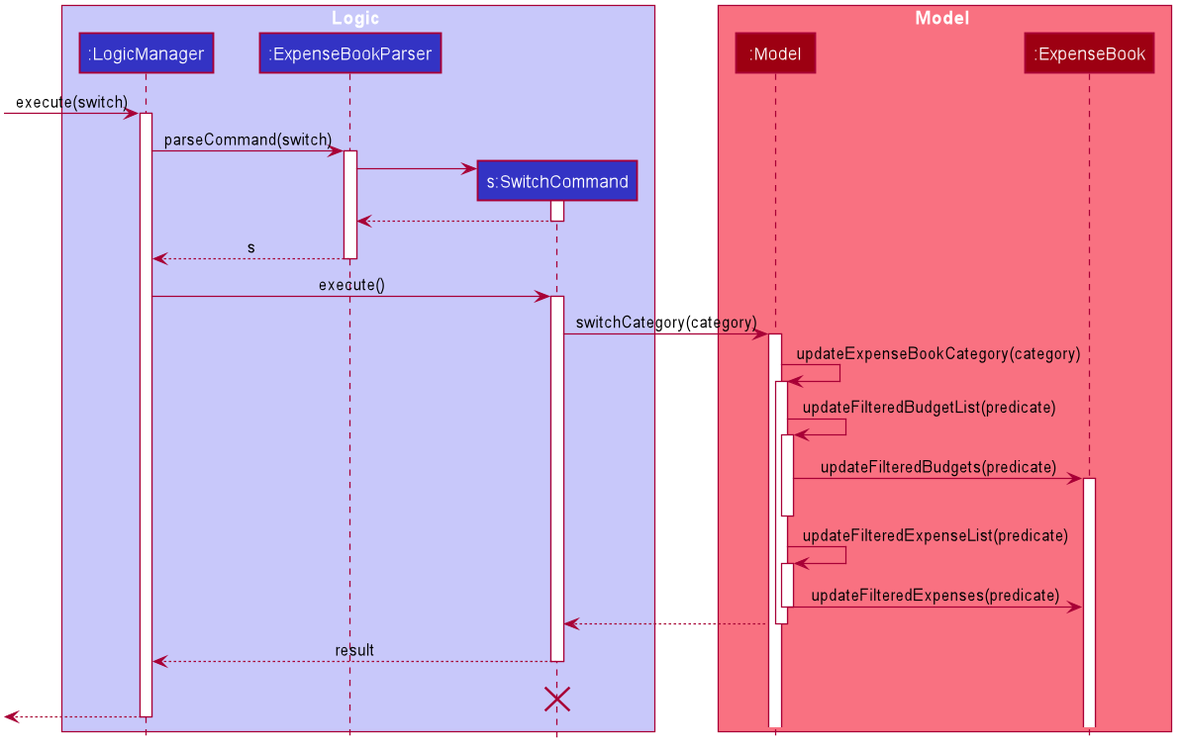
nus-cs2103-AY2021S1/tp keeps this PlantUML diagram as docs/images/SwitchSequenceDiagram.png. Above is the earlier version.
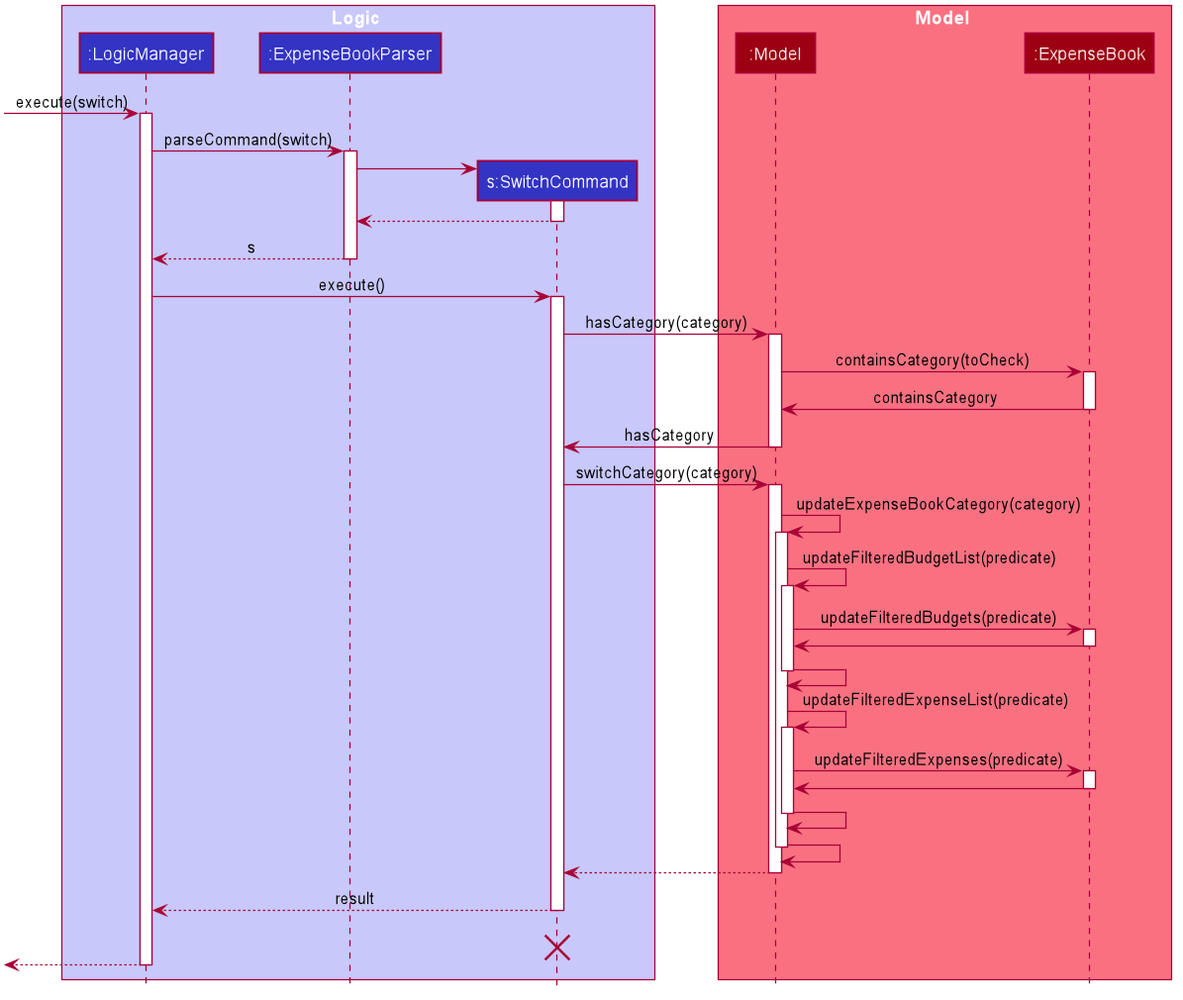
Later version of the same file.

Diff of the diagram source:
```diff
@@ -77,6 +77,18 @@
 LogicManager -> SwitchCommand : execute()
 activate SwitchCommand
 
+SwitchCommand -> Model : hasCategory(category)
+activate Model
+
+Model -> ExpenseBook : containsCategory(toCheck)
+activate ExpenseBook
+
+ExpenseBook -> Model : containsCategory
+deactivate ExpenseBook
+
+Model -> SwitchCommand : hasCategory
+deactivate Model
+
 SwitchCommand -> Model : switchCategory(category)
 activate Model
 
@@ -88,12 +100,26 @@
 
 Model -> ExpenseBook : updateFilteredBudgets(predicate)
 activate ExpenseBook
+
+ExpenseBook -> Model
+deactivate ExpenseBook
+
+Model -> Model
 deactivate Model
 
 Model -> Model : updateFilteredExpenseList(predicate)
 activate Model
 
 Model -> ExpenseBook : updateFilteredExpenses(predicate)
+activate ExpenseBook
+
+ExpenseBook -> Model
+deactivate ExpenseBook
+
+Model -> Model
+deactivate Model
+
+Model -> Model
 deactivate Model
 
 Model --> SwitchCommand
```
